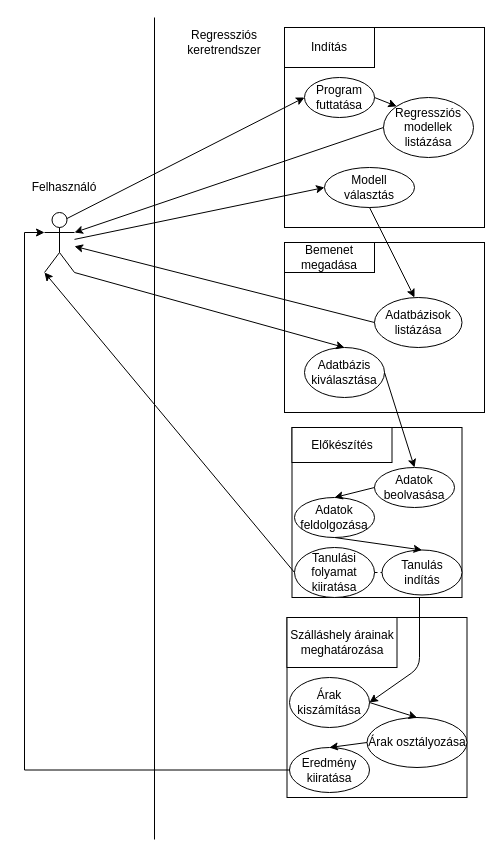
HabanAndras/Gepi-latas keeps this draw.io diagram as UseCase.drawio. Above is the earlier version. Source tidied: cells renumbered, new cells numbered last; positions are measured from the earlier drawing's top-left corner, leaving out a move shared by most shapes. Both pictures are drawn from the tidied source at 100%, with x=0, y=0 at pixel (44, 17).
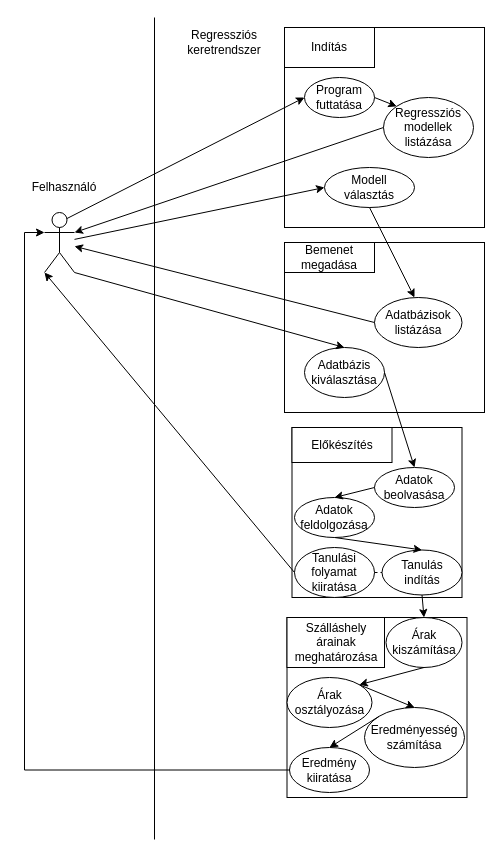
Above is the later version.

The change refers to these unchanged cells:
```xml
<mxCell id="17" style="rounded=0;whiteSpace=wrap;html=1;" parent="1" vertex="1">
  <mxGeometry x="247.5" y="410" width="170" height="170" as="geometry" />
</mxCell>
<mxCell id="22" value="Tanulás indítás" style="ellipse;whiteSpace=wrap;html=1;" parent="1" vertex="1">
  <mxGeometry x="337.5" y="532.5" width="80" height="45" as="geometry" />
</mxCell>
<mxCell id="31" value="Eredmény kiiratása" style="ellipse;whiteSpace=wrap;html=1;" parent="1" vertex="1">
  <mxGeometry x="245" y="730" width="80" height="45" as="geometry" />
</mxCell>
```

The edit, as a diff of the source:
```diff
@@
     <mxCell id="24" value="Szálláshely árainak meghatározása" style="rounded=0;whiteSpace=wrap;html=1;" parent="1" vertex="1">
-      <mxGeometry x="242.5" y="600" width="110" height="50" as="geometry" />
+      <mxGeometry x="242.5" y="600" width="97.5" height="50" as="geometry" />
     </mxCell>
@@
     <mxCell id="28" value="Árak kiszámítása" style="ellipse;whiteSpace=wrap;html=1;" parent="1" vertex="1">
-      <mxGeometry x="245" y="660" width="80" height="50" as="geometry" />
+      <mxGeometry x="341.5" y="600" width="76" height="50" as="geometry" />
     </mxCell>
     <mxCell id="29" value="Árak osztályozása" style="ellipse;whiteSpace=wrap;html=1;" parent="1" vertex="1">
-      <mxGeometry x="322.5" y="700" width="100" height="50" as="geometry" />
+      <mxGeometry x="242.5" y="660" width="85" height="50" as="geometry" />
     </mxCell>
@@
-    <mxCell id="32" style="endArrow=classic;html=1;exitX=0;exitY=0.5;exitDx=0;exitDy=0;entryX=0.5;entryY=0;entryDx=0;entryDy=0;" parent="1" edge="1" source="29" target="31">
-      <mxGeometry relative="1" as="geometry" />
-    </mxCell>
-    <mxCell id="33" style="endArrow=classic;html=1;exitX=1;exitY=0.5;exitDx=0;exitDy=0;entryX=0.5;entryY=0;entryDx=0;entryDy=0;" parent="1" edge="1" source="28" target="29">
-      <mxGeometry relative="1" as="geometry" />
-    </mxCell>
@@
-    <mxCell id="39" style="endArrow=classic;html=1;exitX=0.75;exitY=1;exitDx=0;exitDy=0;entryX=1;entryY=0.5;entryDx=0;entryDy=0;" parent="1" edge="1" source="17" target="28">
-      <mxGeometry relative="1" as="geometry">
-        <Array as="points">
-          <mxPoint x="375" y="650" />
-        </Array>
-      </mxGeometry>
-    </mxCell>
@@
+    <mxCell id="42" style="endArrow=classic;html=1;exitX=0.5;exitY=1;exitDx=0;exitDy=0;entryX=0.5;entryY=0;entryDx=0;entryDy=0;" parent="1" edge="1" source="22" target="28">
+      <mxGeometry relative="1" as="geometry" />
+    </mxCell>
+    <mxCell id="43" value="Eredményesség számítása" style="ellipse;whiteSpace=wrap;html=1;" parent="1" vertex="1">
+      <mxGeometry x="320" y="690" width="100" height="60" as="geometry" />
+    </mxCell>
+    <mxCell id="33" style="endArrow=classic;html=1;exitX=0.5;exitY=1;exitDx=0;exitDy=0;entryX=1;entryY=0;entryDx=0;entryDy=0;" parent="1" edge="1" source="28" target="29">
+      <mxGeometry relative="1" as="geometry" />
+    </mxCell>
+    <mxCell id="44" style="endArrow=classic;html=1;exitX=1;exitY=0;exitDx=0;exitDy=0;entryX=0.5;entryY=0;entryDx=0;entryDy=0;" parent="1" edge="1" source="29" target="43">
+      <mxGeometry relative="1" as="geometry" />
+    </mxCell>
+    <mxCell id="45" style="endArrow=classic;html=1;exitX=0;exitY=0;exitDx=0;exitDy=0;entryX=0.5;entryY=0;entryDx=0;entryDy=0;" parent="1" edge="1" source="43" target="31">
+      <mxGeometry relative="1" as="geometry" />
+    </mxCell>
```
